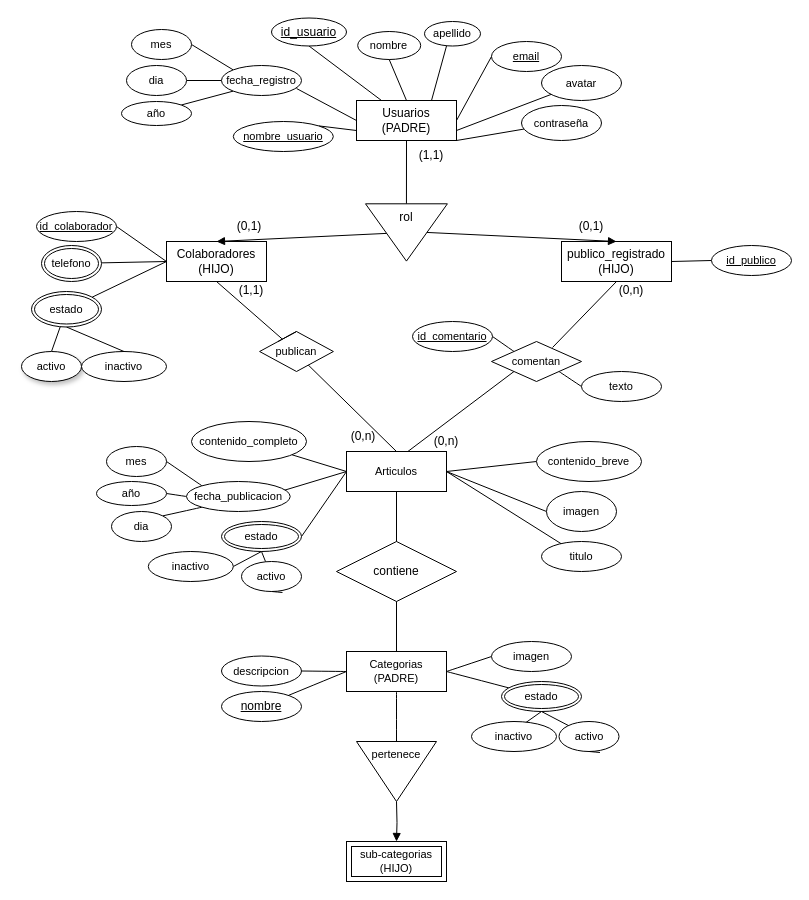
mauricioarcez/desafios_info keeps this draw.io diagram as Desafio_s5.drawio. Above is the earlier version. Source tidied: cells renumbered, new cells numbered last; positions are measured from the earlier drawing's top-left corner, leaving out a move shared by most shapes. Both pictures are drawn from the tidied source at 100%, with x=0, y=0 at pixel (21, 17).
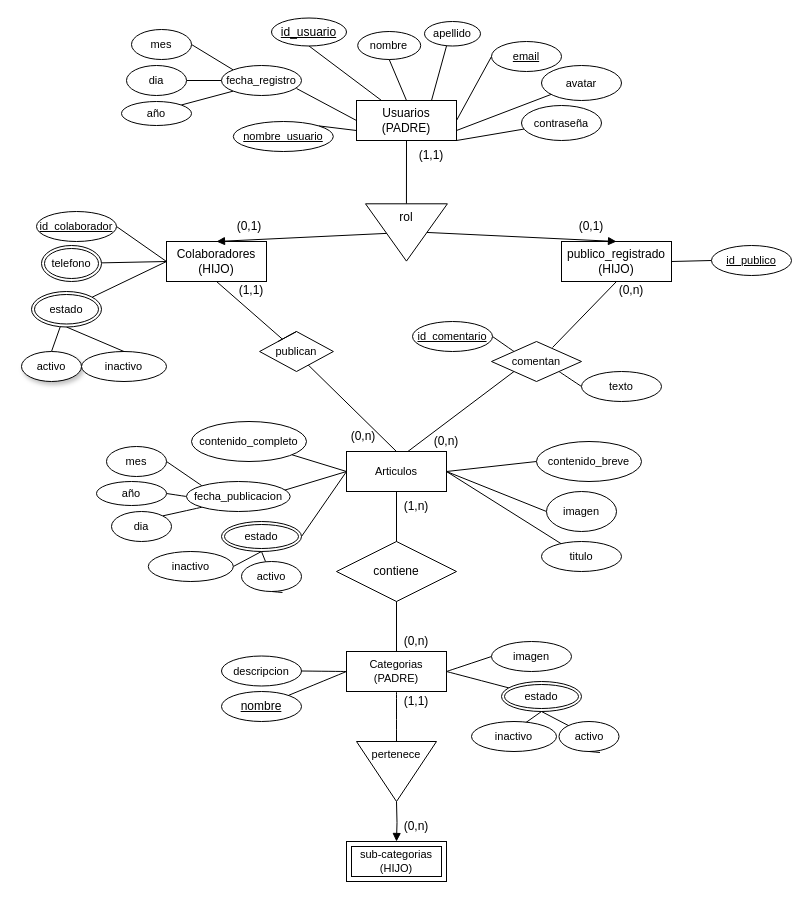
The same page after the edit.

What changed in the source:
```diff
@@
+    <mxCell id="112" value="(0,n)" style="text;strokeColor=none;align=center;fillColor=none;html=1;verticalAlign=middle;whiteSpace=wrap;rounded=0;" parent="1" vertex="1">
+      <mxGeometry x="365" y="608.5" width="60" height="30" as="geometry" />
+    </mxCell>
+    <mxCell id="113" value="(1,n)" style="text;strokeColor=none;align=center;fillColor=none;html=1;verticalAlign=middle;whiteSpace=wrap;rounded=0;" parent="1" vertex="1">
+      <mxGeometry x="365" y="474" width="60" height="30" as="geometry" />
+    </mxCell>
+    <mxCell id="114" value="(0,n)" style="text;strokeColor=none;align=center;fillColor=none;html=1;verticalAlign=middle;whiteSpace=wrap;rounded=0;" parent="1" vertex="1">
+      <mxGeometry x="365" y="794" width="60" height="30" as="geometry" />
+    </mxCell>
+    <mxCell id="115" value="(1,1)" style="text;strokeColor=none;align=center;fillColor=none;html=1;verticalAlign=middle;whiteSpace=wrap;rounded=0;" parent="1" vertex="1">
+      <mxGeometry x="365" y="668.5" width="60" height="30" as="geometry" />
+    </mxCell>
```
